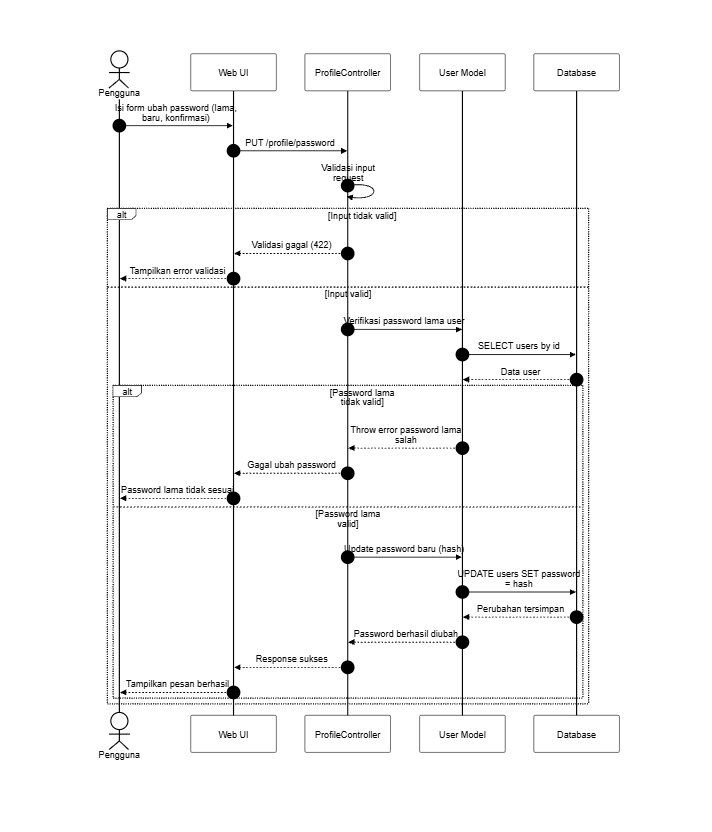
SulaimanHafi23/SimpegRSHDI keeps this Mermaid diagram as docs/SequenceDiagram/PNG_Transparent/Profil-UbahPassword.png. Above is the earlier version. Its source is kept beside it as docs/SequenceDiagram/Profil-UbahPassword.mermaid.
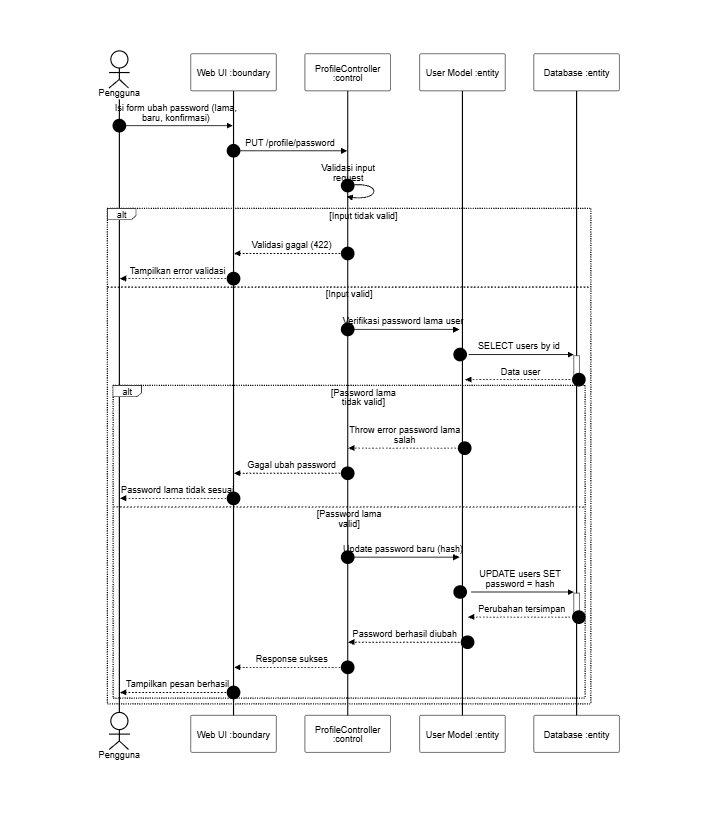
The same diagram one commit later.

Change to the diagram source:
```diff
@@ -2,10 +2,10 @@
 sequenceDiagram
     autonumber
     actor A as Pengguna
-    participant UI as Web UI
-    participant C as ProfileController
-    participant M as User Model
-    participant DB as Database
+    participant UI as Web UI :boundary
+    participant C as ProfileController :control
+    participant M as User Model :entity
+    participant DB as Database :entity
 
     A->>UI: Isi form ubah password (lama, baru, konfirmasi)
     UI->>C: PUT /profile/password
@@ -14,17 +14,17 @@
         C-->>UI: Validasi gagal (422)
         UI-->>A: Tampilkan error validasi
     else Input valid
-        C->>M: Verifikasi password lama user
-        M->>DB: SELECT users by id
-        DB-->>M: Data user
+        C->>+M: Verifikasi password lama user
+        M->>+DB: SELECT users by id
+        DB-->>-M: Data user
         alt Password lama tidak valid
             M-->>C: Throw error password lama salah
             C-->>UI: Gagal ubah password
             UI-->>A: Password lama tidak sesuai
         else Password lama valid
-            C->>M: Update password baru (hash)
-            M->>DB: UPDATE users SET password = hash
-            DB-->>M: Perubahan tersimpan
+            C->>+M: Update password baru (hash)
+            M->>+DB: UPDATE users SET password = hash
+            DB-->>-M: Perubahan tersimpan
             M-->>C: Password berhasil diubah
             C-->>UI: Response sukses
             UI-->>A: Tampilkan pesan berhasil
```
